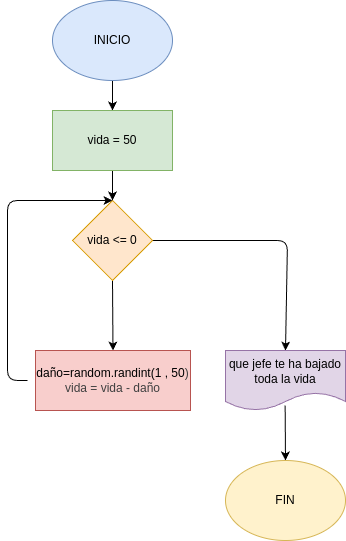
Earlier version of the draw.io export Ejercicio No.2/diagrama.png (stebancarrenoaraque/EJERCICIOS-PRACTICA-WHILE). Source tidied: cells renumbered, new cells last; positions are measured from the earlier drawing's top-left corner, leaving out a move shared by most shapes.
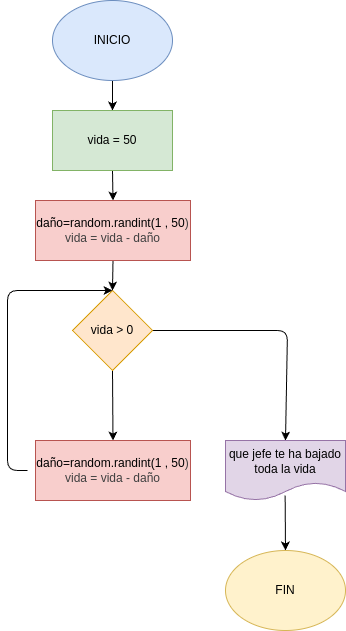
After the change.

Commit message:
se actualizo el README con analisis y diseño

What changed in the source:
```diff
@@ -6,11 +6,11 @@
       <mxGeometry relative="1" as="geometry" />
     </mxCell>
     <mxCell id="3" value="INICIO" style="ellipse;whiteSpace=wrap;html=1;fillColor=#dae8fc;strokeColor=#6c8ebf;" parent="1" vertex="1">
-      <mxGeometry x="45" width="120" height="80" as="geometry" />
+      <mxGeometry x="45" y="-90" width="120" height="80" as="geometry" />
     </mxCell>
     <mxCell id="4" style="edgeStyle=none;html=1;exitX=0.5;exitY=1;exitDx=0;exitDy=0;entryX=0.5;entryY=0;entryDx=0;entryDy=0;" parent="1" edge="1" source="6">
       <mxGeometry relative="1" as="geometry">
-        <mxPoint x="105.5" y="350" as="targetPoint" />
+        <mxPoint x="105.5" y="260" as="targetPoint" />
       </mxGeometry>
     </mxCell>
     <mxCell id="5" style="edgeStyle=none;html=1;exitX=1;exitY=0.5;exitDx=0;exitDy=0;entryX=0.5;entryY=0;entryDx=0;entryDy=0;" parent="1" edge="1" source="6" target="9">
@@ -20,7 +20,10 @@
         </Array>
       </mxGeometry>
     </mxCell>
+    <mxCell id="14" style="edgeStyle=none;html=1;exitX=0.5;exitY=1;exitDx=0;exitDy=0;entryX=0.5;entryY=0;entryDx=0;entryDy=0;" parent="1" edge="1" source="6" target="11">
+      <mxGeometry relative="1" as="geometry" />
+    </mxCell>
-    <mxCell id="6" value="vida &amp;lt;= 0" style="rhombus;whiteSpace=wrap;html=1;fillColor=#ffe6cc;strokeColor=#d79b00;" parent="1" vertex="1">
+    <mxCell id="6" value="vida &amp;gt; 0" style="rhombus;whiteSpace=wrap;html=1;fillColor=#ffe6cc;strokeColor=#d79b00;" parent="1" vertex="1">
       <mxGeometry x="65" y="200" width="80" height="80" as="geometry" />
     </mxCell>
     <mxCell id="7" style="edgeStyle=none;html=1;entryX=0.5;entryY=0;entryDx=0;entryDy=0;" parent="1" edge="1" target="6">
@@ -46,11 +49,17 @@
     <mxCell id="11" value="daño=random.randint(1 , 50&lt;span style=&quot;color: rgb(63, 63, 63); background-color: transparent;&quot;&gt;)&lt;/span&gt;&lt;div&gt;&lt;span style=&quot;color: rgb(63, 63, 63); background-color: transparent;&quot;&gt;vida = vida - daño&lt;/span&gt;&lt;/div&gt;" style="rounded=0;whiteSpace=wrap;html=1;fillColor=#f8cecc;strokeColor=#b85450;" parent="1" vertex="1">
       <mxGeometry x="28" y="350" width="155" height="60" as="geometry" />
     </mxCell>
-    <mxCell id="12" style="edgeStyle=none;html=1;exitX=0.5;exitY=1;exitDx=0;exitDy=0;entryX=0.5;entryY=0;entryDx=0;entryDy=0;" parent="1" edge="1" source="13" target="6">
-      <mxGeometry relative="1" as="geometry" />
-    </mxCell>
+    <mxCell id="15" style="edgeStyle=none;html=1;exitX=0.5;exitY=1;exitDx=0;exitDy=0;entryX=0.5;entryY=0;entryDx=0;entryDy=0;" parent="1" edge="1" source="13" target="17">
+      <mxGeometry relative="1" as="geometry" />
+    </mxCell>
     <mxCell id="13" value="vida = 50" style="rounded=0;whiteSpace=wrap;html=1;fillColor=#d5e8d4;strokeColor=#82b366;" parent="1" vertex="1">
-      <mxGeometry x="45" y="110" width="120" height="60" as="geometry" />
+      <mxGeometry x="45" y="20" width="120" height="60" as="geometry" />
     </mxCell>
+    <mxCell id="16" style="edgeStyle=none;html=1;exitX=0.5;exitY=1;exitDx=0;exitDy=0;entryX=0.5;entryY=0;entryDx=0;entryDy=0;" parent="1" edge="1" source="17" target="6">
+      <mxGeometry relative="1" as="geometry" />
+    </mxCell>
+    <mxCell id="17" value="daño=random.randint(1 , 50&lt;span style=&quot;color: rgb(63, 63, 63); background-color: transparent;&quot;&gt;)&lt;/span&gt;&lt;div&gt;&lt;span style=&quot;color: rgb(63, 63, 63); background-color: transparent;&quot;&gt;vida = vida - daño&lt;/span&gt;&lt;/div&gt;" style="rounded=0;whiteSpace=wrap;html=1;fillColor=#f8cecc;strokeColor=#b85450;" parent="1" vertex="1">
+      <mxGeometry x="28" y="110" width="155" height="60" as="geometry" />
+    </mxCell>
   </root>
 </mxGraphModel>
```
